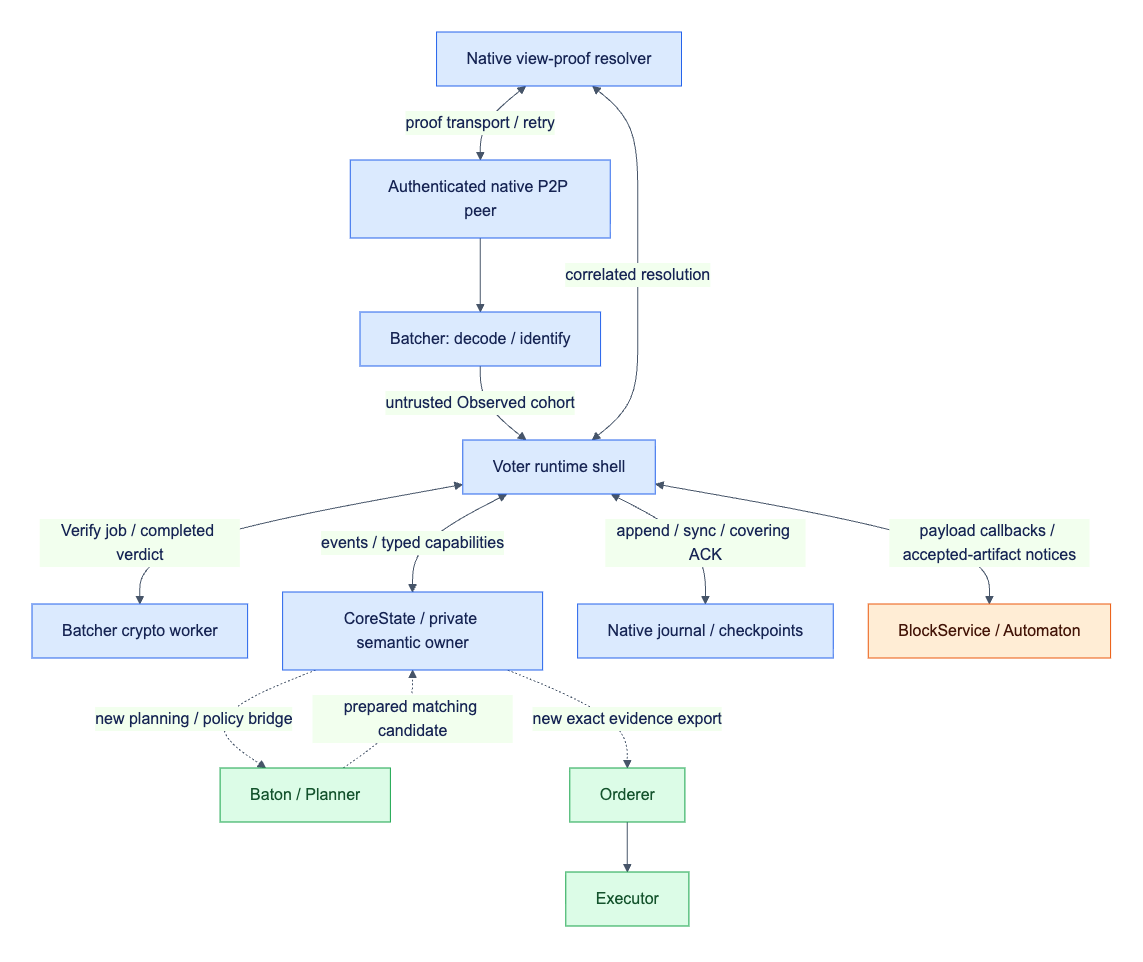
Before: docs/assets/diagrams/diagram-16.png, a diagram exported from Mermaid (djm07073/baton-research). Its source is kept beside it as docs/assets/diagrams/diagram-16.mmd.
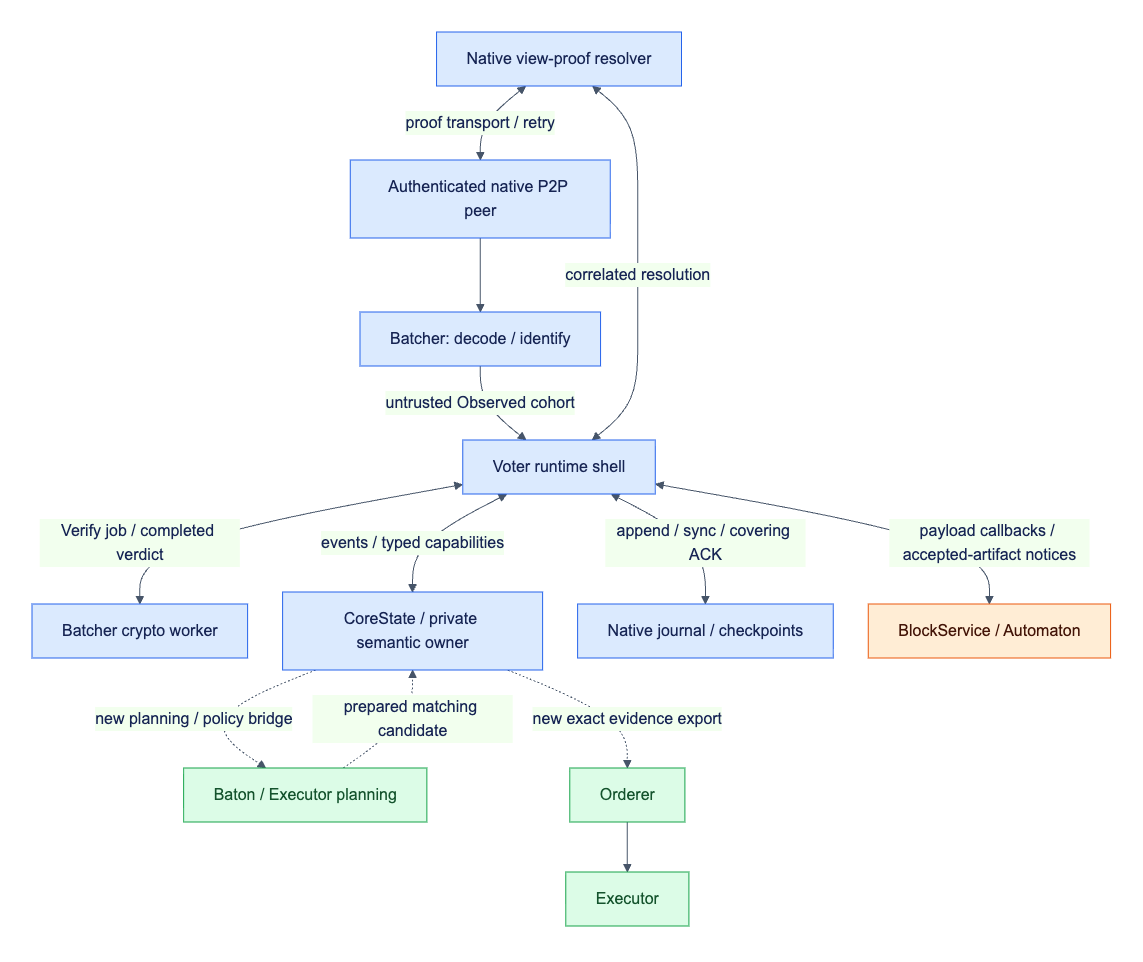
The same file after the commit.

Change to the diagram source:
```diff
@@ -7,7 +7,7 @@
     V <-->|events / typed capabilities| C[CoreState / private semantic owner]
     V <-->|append / sync / covering ACK| J[Native journal / checkpoints]
     V <-->|payload callbacks / accepted-artifact notices| A[BlockService / Automaton]
-    C -. new planning / policy bridge .-> P[Baton / Planner]
+    C -. new planning / policy bridge .-> P[Baton / Executor planning]
     P -. prepared matching candidate .-> C
     C -. new exact evidence export .-> D[Orderer]
     D --> E[Executor]
```
